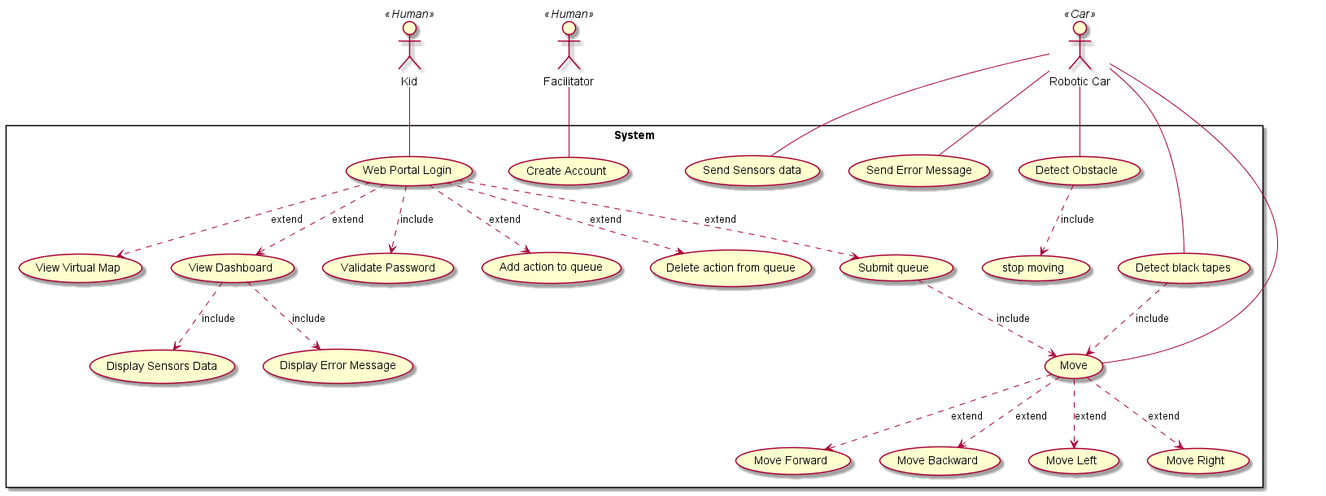
Earlier version of the PlantUML export Project Use-Case-Diagram.png (DanielFYJ/2101-2201-Project).
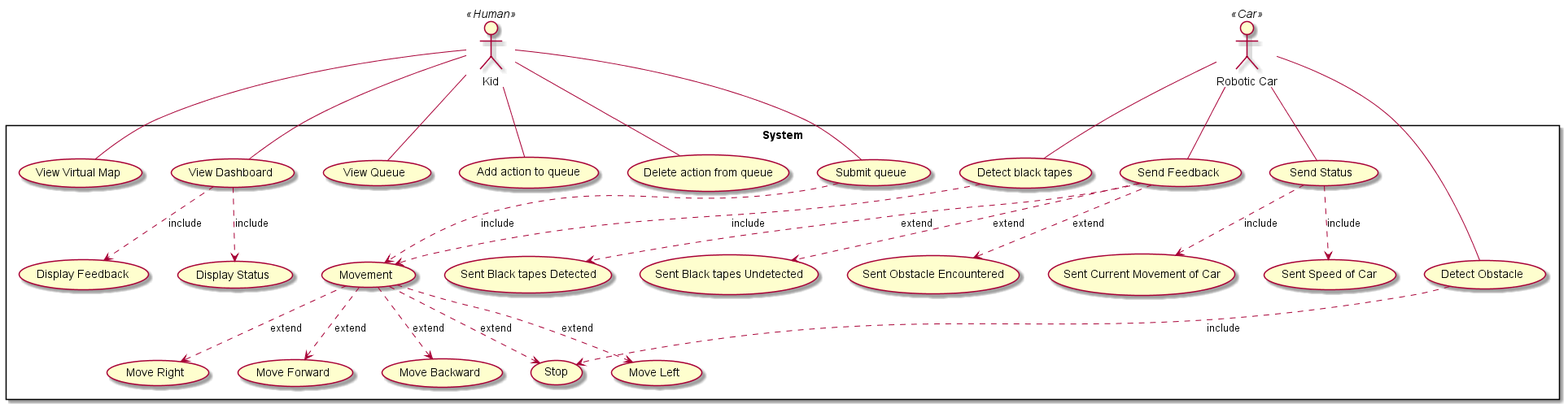
After the change.

Diff of the diagram source:
```diff
@@ -1,50 +1,50 @@
 @startuml
 actor Kid << Human>>
-actor "Facilitator" as Facil << Human>>
 actor "Robotic Car" as Car << Car>>
 
 rectangle "System" {
-    usecase "Web Portal Login" as UC1
-    usecase "Display Error Message" as UC2
+    usecase "Display Feedback" as UC2
     usecase "View Virtual Map" as UC3
     usecase "View Dashboard" as UC4
-    usecase "Send Sensors data" as UC5
-    usecase "Send Error Message" as UC6
-    usecase "Display Sensors Data" as UC7
-    usecase "Create Account" as UC17
-    usecase "Validate Password" as UC18
-
+    usecase "View Queue" as UC5
+    usecase "Display Status" as UC23
     usecase "Add action to queue" as UC8
     usecase "Delete action from queue" as UC9
     usecase "Submit queue" as UC10
 
-    usecase "Move" as UC11
+    usecase "Movement" as UC11
     usecase "Move Forward" as UC12
     usecase "Move Backward" as UC13
     usecase "Move Left" as UC14
     usecase "Move Right" as UC15
+    usecase "Stop" as UC19
     usecase "Detect Obstacle" as UC16
-    usecase "stop moving" as UC19
     usecase "Detect black tapes" as UC20
+    usecase "Send Feedback" as UC22
+    usecase "Send Status" as UC24
+    usecase "Sent Speed of Car" as UC25
+    usecase "Sent Current Movement of Car" as UC26
+    usecase "Sent Obstacle Encountered" as UC27
+    usecase "Sent Black tapes Detected" as UC28
+    usecase "Sent Black tapes Undetected" as UC29
 
 }
-    Kid -- UC1
-    Facil -- UC17
-    Car -- UC6
-    Car -- UC5
-    Car -- UC11
+
+    Kid -- UC4
+    Kid -- UC5
+    Kid -- UC3
+    Kid -- UC8
+    Kid -- UC9
+    Kid -- UC10
+
     Car -- UC16
     Car -- UC20
+    Car -- UC22
+    Car -- UC24
 
-    UC1 ..> UC18: include
-    UC1 ..> UC4 : extend
-    UC1 ..> UC3 : extend
-    UC4 ..> UC7 : include
     UC4 ..> UC2 : include
+    UC4 ..> UC23 : include
 
-    UC1 ..> UC8 : extend
-    UC1 ..> UC9 : extend
-    UC1 ..> UC10 : extend
 
     UC10 ..> UC11 : include
     UC11 ..> UC12 : extend
@@ -53,5 +53,14 @@
     UC11 ..> UC15 : extend
     UC16 ..> UC19 : include
     UC20 ..> UC11 : include
+    UC11 ..> UC19 : extend
+
+
+    UC24 ..> UC25 : include
+    UC24 ..> UC26 : include
+    UC22 ..> UC27 : extend
+    UC22 ..> UC28 : extend
+    UC22 ..> UC29 : extend
+
 
 @enduml
```
